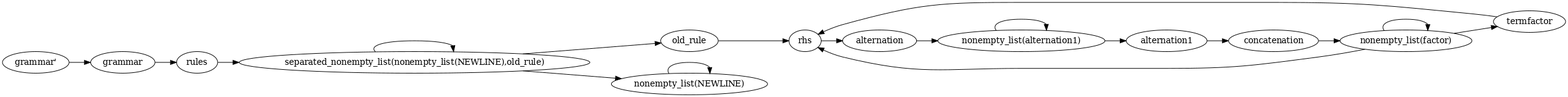
The Graphviz diagram sentenceParser.png in meta-introspector/gbnf-nice-parser, before a commit. Its source is kept beside it as lib/sentenceParser.dot.
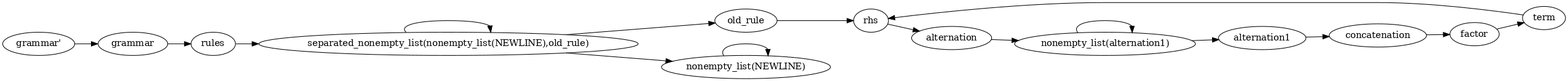
Later version of the same file.

Diff of the diagram source:
```diff
@@ -3,35 +3,33 @@
 rankdir = LR;
 ratio = compress;
 nt0 [ label="grammar'" ] ;
-nt1 [ label="termfactor" ] ;
+nt1 [ label="term" ] ;
 nt2 [ label="separated_nonempty_list(nonempty_list(NEWLINE),old_rule)" ] ;
 nt3 [ label="rules" ] ;
 nt4 [ label="rhs" ] ;
 nt5 [ label="old_rule" ] ;
-nt6 [ label="nonempty_list(factor)" ] ;
-nt7 [ label="nonempty_list(alternation1)" ] ;
-nt8 [ label="nonempty_list(NEWLINE)" ] ;
-nt9 [ label="grammar" ] ;
+nt6 [ label="nonempty_list(alternation1)" ] ;
+nt7 [ label="nonempty_list(NEWLINE)" ] ;
+nt8 [ label="grammar" ] ;
+nt9 [ label="factor" ] ;
 nt10 [ label="concatenation" ] ;
 nt11 [ label="alternation1" ] ;
 nt12 [ label="alternation" ] ;
-nt0 -> nt9 [ label="" ] ;
+nt0 -> nt8 [ label="" ] ;
 nt1 -> nt4 [ label="" ] ;
 nt2 -> nt2 [ label="" ] ;
 nt2 -> nt5 [ label="" ] ;
-nt2 -> nt8 [ label="" ] ;
+nt2 -> nt7 [ label="" ] ;
 nt3 -> nt2 [ label="" ] ;
 nt4 -> nt12 [ label="" ] ;
 nt5 -> nt4 [ label="" ] ;
-nt6 -> nt1 [ label="" ] ;
-nt6 -> nt4 [ label="" ] ;
 nt6 -> nt6 [ label="" ] ;
+nt6 -> nt11 [ label="" ] ;
 nt7 -> nt7 [ label="" ] ;
-nt7 -> nt11 [ label="" ] ;
-nt8 -> nt8 [ label="" ] ;
-nt9 -> nt3 [ label="" ] ;
-nt10 -> nt6 [ label="" ] ;
+nt8 -> nt3 [ label="" ] ;
+nt9 -> nt1 [ label="" ] ;
+nt10 -> nt9 [ label="" ] ;
 nt11 -> nt10 [ label="" ] ;
-nt12 -> nt7 [ label="" ] ;
+nt12 -> nt6 [ label="" ] ;
 
 }
```
